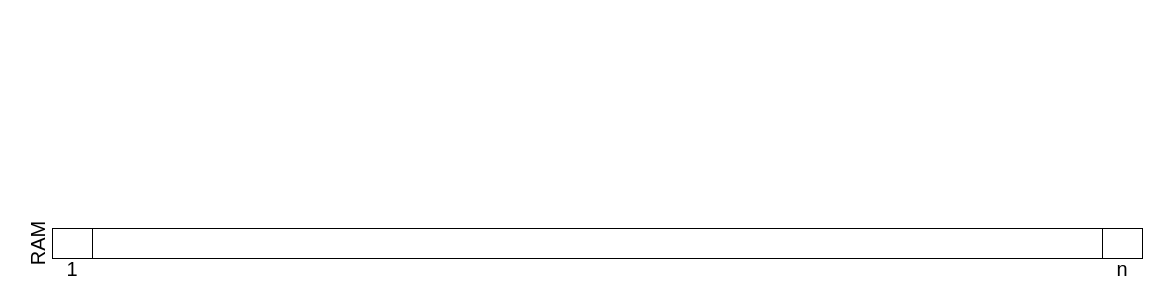
77maxikov/os_course keeps this draw.io diagram as page "P01" (1 of 34) of slides/memmgt.drawio. Above is the earlier version. Source tidied: cells renumbered, new cells numbered last; positions are measured from the earlier drawing's top-left corner, leaving out a move shared by most shapes. Both pictures are drawn from the tidied source at 100%, with x=0, y=0 at pixel (12, 223).
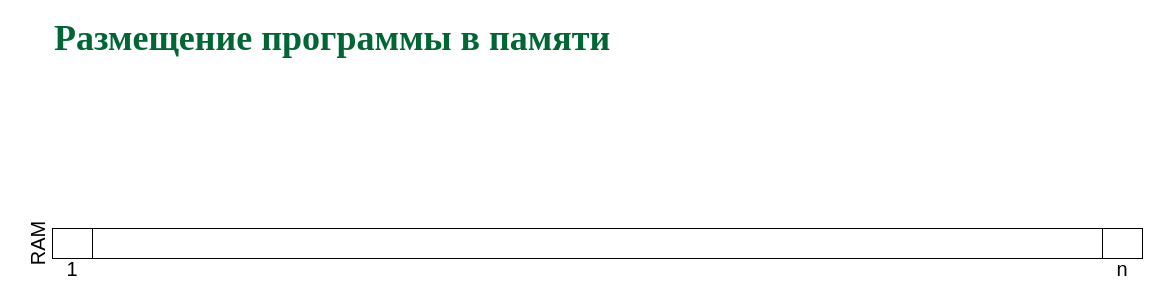
The same page after the edit.

What changed in the source:
```diff
@@
 <mxGraphModel>
   <root>
     <mxCell id="0" />
     <mxCell id="1" parent="0" />
     <mxCell id="2" style="rounded=0;whiteSpace=wrap;html=1;" parent="1" vertex="1">
       <mxGeometry x="40" y="5" width="1090" height="30" as="geometry" />
     </mxCell>
     <mxCell id="3" value="&lt;font style=&quot;font-size: 20px&quot;&gt;1&lt;/font&gt;" style="text;html=1;strokeColor=none;fillColor=none;align=center;verticalAlign=middle;whiteSpace=wrap;rounded=0;" parent="1" vertex="1">
       <mxGeometry x="40" y="35" width="40" height="20" as="geometry" />
     </mxCell>
     <mxCell id="4" value="&lt;font style=&quot;font-size: 20px&quot;&gt;n&lt;/font&gt;" style="text;html=1;strokeColor=none;fillColor=none;align=center;verticalAlign=middle;whiteSpace=wrap;rounded=0;" parent="1" vertex="1">
       <mxGeometry x="1090" y="35" width="40" height="20" as="geometry" />
     </mxCell>
     <mxCell id="5" style="rounded=0;whiteSpace=wrap;html=1;" parent="1" vertex="1">
       <mxGeometry x="40" y="5" width="40" height="30" as="geometry" />
     </mxCell>
     <mxCell id="6" style="rounded=0;whiteSpace=wrap;html=1;" parent="1" vertex="1">
       <mxGeometry x="1090" y="5" width="40" height="30" as="geometry" />
     </mxCell>
     <mxCell id="7" value="&lt;font style=&quot;font-size: 20px&quot;&gt;RAM&lt;/font&gt;" style="text;html=1;strokeColor=none;fillColor=none;align=center;verticalAlign=middle;whiteSpace=wrap;rounded=0;rotation=-90;" parent="1" vertex="1">
       <mxGeometry width="50" height="40" as="geometry" />
     </mxCell>
+    <mxCell id="8" value="&lt;b style=&quot;color: rgb(0 , 102 , 51) ; font-family: &amp;#34;garamond&amp;#34; ; font-size: 36px&quot;&gt;Размещение программы в памяти&lt;br&gt;&lt;/b&gt;" style="text;html=1;align=left;verticalAlign=middle;whiteSpace=wrap;rounded=0;" parent="1" vertex="1">
+      <mxGeometry x="40" y="-195" width="920" height="20" as="geometry" />
+    </mxCell>
   </root>
 </mxGraphModel>
```
